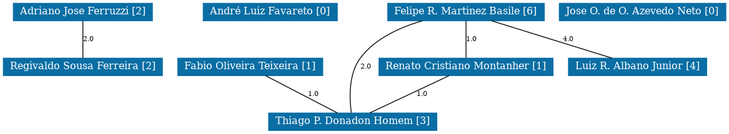
Above: grafoDeColaboracoesComPesos.png in Data-Science-Research/colaboracaoacademicaGITES (Graphviz), before the change. Its source is kept beside it as grafoDeColaboracoesComPesos.dot.
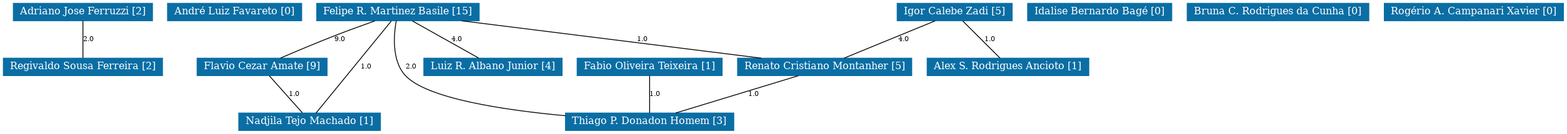
The same file after the commit.

The edit, as a diff of the source:
```diff
@@ -1,5 +1,5 @@
 strict graph grafo2 {
-	graph [bb="0,0,867.5,153",
+	graph [bb="0,0,1872,153",
 		id=grafo2,
 		overlap=False
 	];
@@ -15,14 +15,14 @@
 		label="Adriano Jose Ferruzzi [2]",
 		pos="95.5,142.5",
 		width=2.3194];
-	5	[URL="membro-8291123108448027.html",
+	8	[URL="membro-8291123108448027.html",
 		color="#0A6EA4",
 		fontcolor="#FFFFFF",
 		height=0.29167,
 		label="Regivaldo Sousa Ferreira [2]",
 		pos="95.5,76.5",
 		width=2.6528];
-	0 -- 5	[fontsize=8,
+	0 -- 8	[fontsize=8,
 		label=2.0,
 		lp="102,109.5",
 		pos="95.5,131.78 95.5,119.75 95.5,99.383 95.5,87.312"];
@@ -31,68 +31,130 @@
 		fontcolor="#FFFFFF",
 		height=0.29167,
 		label="André Luiz Favareto [0]",
-		pos="320.5,142.5",
+		pos="277.5,142.5",
 		width=2.2361];
 	2	[URL="membro-9543740522912391.html",
 		color="#0A6EA4",
 		fontcolor="#FFFFFF",
 		height=0.29167,
 		label="Fabio Oliveira Teixeira [1]",
-		pos="296.5,76.5",
+		pos="775.5,76.5",
 		width=2.4167];
-	8	[URL="membro-6109272293288485.html",
+	13	[URL="membro-6109272293288485.html",
 		color="#0A6EA4",
 		fontcolor="#FFFFFF",
 		height=0.29167,
 		label="Thiago P. Donadon Homem [3]",
-		pos="419.5,10.5",
+		pos="775.5,10.5",
 		width=2.8056];
-	2 -- 8	[fontsize=8,
+	2 -- 13	[fontsize=8,
 		label=1.0,
-		lp="372,43.5",
-		pos="314.91,65.919 338.1,53.853 377.71,33.243 400.96,21.147"];
+		lp="782,43.5",
+		pos="775.5,65.78 775.5,53.751 775.5,33.383 775.5,21.312"];
 	3	[URL="membro-6413817150886826.html",
 		color="#0A6EA4",
 		fontcolor="#FFFFFF",
 		height=0.29167,
-		label="Felipe R. Martinez Basile [6]",
-		pos="555.5,142.5",
-		width=2.6111];
-	3 -- 8	[fontsize=8,
+		label="Felipe R. Martinez Basile [15]",
+		pos="473.5,142.5",
+		width=2.7083];
+	3 -- 13	[fontsize=8,
 		label=2.0,
-		lp="435,76.5",
-		pos="503.23,131.98 476.67,124.36 446.32,110.83 428.5,87 413.96,67.548 415.67,37.055 417.78,21.441"];
-	6	[URL="membro-0270118728577579.html",
+		lp="489,76.5",
+		pos="471.43,131.93 468.6,116 465.62,84.015 482.5,66 508.37,38.388 600.31,24.538 674.38,17.737"];
+	4	[URL="membro-8976791755900010.html",
 		color="#0A6EA4",
 		fontcolor="#FFFFFF",
 		height=0.29167,
-		label="Renato Cristiano Montanher [1]",
-		pos="555.5,76.5",
-		width=2.9028];
-	3 -- 6	[fontsize=8,
-		label=1.0,
-		lp="562,109.5",
-		pos="555.5,131.78 555.5,119.75 555.5,99.383 555.5,87.312"];
+		label="Flavio Cezar Amate [9]",
+		pos="310.5,76.5",
+		width=2.1667];
+	3 -- 4	[fontsize=8,
+		label=9.0,
+		lp="404,109.5",
+		pos="445.94,131.9 431.45,126.76 413.45,120.23 397.5,114 375.22,105.3 350.06,94.654 332.55,87.109"];
 	7	[URL="membro-8754322948547165.html",
 		color="#0A6EA4",
 		fontcolor="#FFFFFF",
 		height=0.29167,
 		label="Luiz R. Albano Junior [4]",
-		pos="761.5,76.5",
+		pos="587.5,76.5",
 		width=2.3056];
 	3 -- 7	[fontsize=8,
 		label=4.0,
-		lp="678,109.5",
-		pos="586.34,131.92 625.29,119.82 691.9,99.124 730.79,87.042"];
-	6 -- 8	[fontsize=8,
-		label=1.0,
-		lp="503,43.5",
-		pos="535.14,65.919 509.5,53.853 465.7,33.243 440,21.147"];
-	4	[URL="membro-1241031809486285.html",
+		lp="544,109.5",
+		pos="490.81,131.78 512.37,119.68 548.94,99.146 570.4,87.102"];
+	9	[URL="membro-0270118728577579.html",
 		color="#0A6EA4",
 		fontcolor="#FFFFFF",
 		height=0.29167,
-		label="Jose O. de O. Azevedo Neto [0]",
-		pos="767.5,142.5",
-		width=2.7778];
+		label="Renato Cristiano Montanher [5]",
+		pos="985.5,76.5",
+		width=2.9028];
+	3 -- 9	[fontsize=8,
+		label=1.0,
+		lp="767,109.5",
+		pos="549.6,131.99 646.4,119.89 812.6,99.113 909.4,87.012"];
+	14	[URL="membro-0112108049902805.html",
+		color="#0A6EA4",
+		fontcolor="#FFFFFF",
+		height=0.29167,
+		label="Nadjila Tejo Machado [1]",
+		pos="367.5,10.5",
+		width=2.3611];
+	3 -- 14	[fontsize=8,
+		label=1.0,
+		lp="435,76.5",
+		pos="465.53,131.73 445.79,107.52 394.8,44.986 375.27,21.031"];
+	4 -- 14	[fontsize=8,
+		label=1.0,
+		lp="349,43.5",
+		pos="319.16,65.78 329.87,53.751 348.01,33.383 358.76,21.312"];
+	9 -- 13	[fontsize=8,
+		label=1.0,
+		lp="900,43.5",
+		pos="954.06,65.919 914.36,53.818 846.45,33.124 806.81,21.042"];
+	5	[URL="membro-0255523082900191.html",
+		color="#0A6EA4",
+		fontcolor="#FFFFFF",
+		height=0.29167,
+		label="Idalise Bernardo Bagé [0]",
+		pos="1315.5,142.5",
+		width=2.4028];
+	6	[URL="membro-0150761926799891.html",
+		color="#0A6EA4",
+		fontcolor="#FFFFFF",
+		height=0.29167,
+		label="Igor Calebe Zadi [5]",
+		pos="1141.5,142.5",
+		width=1.9167];
+	6 -- 9	[fontsize=8,
+		label=4.0,
+		lp="1080,109.5",
+		pos="1118.1,131.92 1088.7,119.82 1038.2,99.124 1008.8,87.042"];
+	10	[URL="membro-7290375482443455.html",
+		color="#0A6EA4",
+		fontcolor="#FFFFFF",
+		height=0.29167,
+		label="Alex S. Rodrigues Ancioto [1]",
+		pos="1205.5,76.5",
+		width=2.6944];
+	6 -- 10	[fontsize=8,
+		label=1.0,
+		lp="1184,109.5",
+		pos="1151.2,131.78 1163.2,119.75 1183.6,99.383 1195.7,87.312"];
+	11	[URL="membro-5631261956953546.html",
+		color="#0A6EA4",
+		fontcolor="#FFFFFF",
+		height=0.29167,
+		label="Bruna C. Rodrigues da Cunha [0]",
+		pos="1529.5,142.5",
+		width=3.0278];
+	12	[URL="membro-5904768897181890.html",
+		color="#0A6EA4",
+		fontcolor="#FFFFFF",
+		height=0.29167,
+		label="Rogério A. Campanari Xavier [0]",
+		pos="1764.5,142.5",
+		width=2.9861];
 }
```
